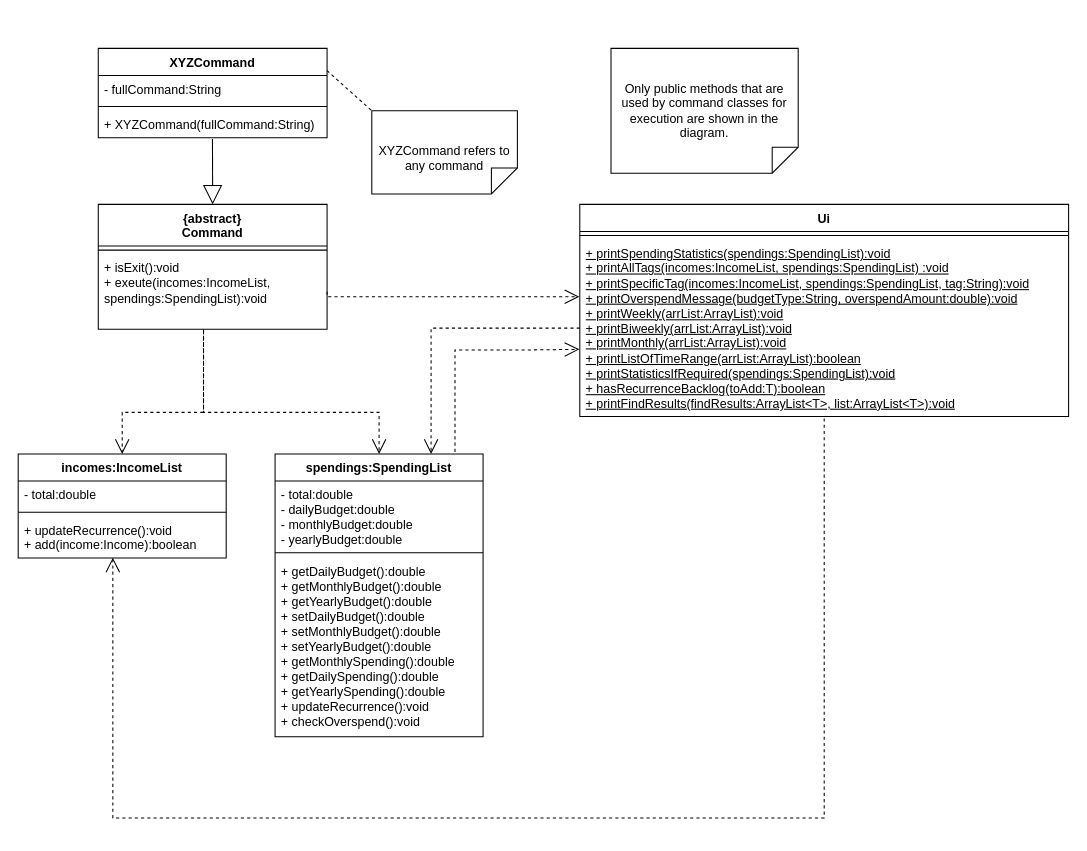
wongwh2002/CS2113TeamProject keeps this draw.io diagram as docs/Diagrams/Commands/commandCD.drawio. Above is the earlier version. Source tidied: cells renumbered, new cells numbered last; positions are measured from the earlier drawing's top-left corner, leaving out a move shared by most shapes. Both pictures are drawn from the tidied source at 104%, with x=0, y=0 at pixel (18, 48).
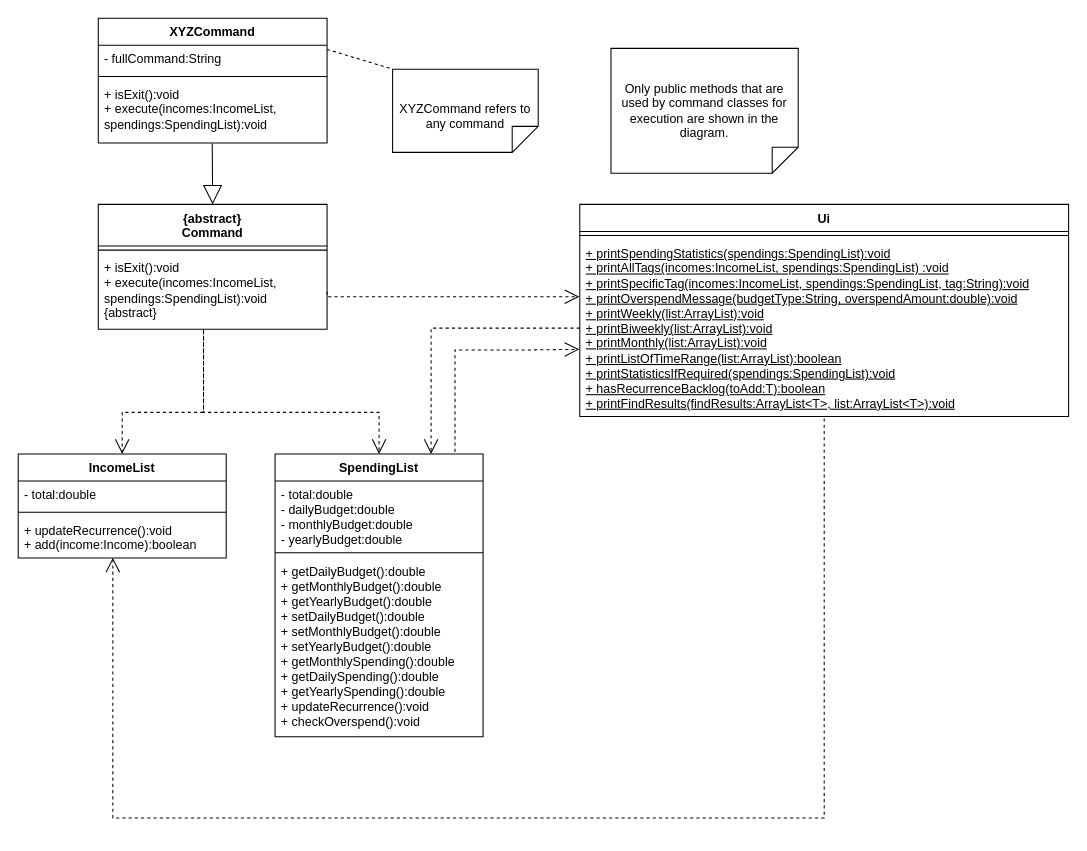
After the change.

Unchanged cells that the change refers to:
```xml
<mxCell id="14" value="Ui" style="swimlane;fontStyle=1;align=center;verticalAlign=top;horizontal=1;startSize=26;whiteSpace=wrap;html=1;" parent="1" vertex="1">
  <mxGeometry x="540" y="150" width="470" height="204" as="geometry" />
</mxCell>
<mxCell id="17" value="&lt;div&gt;{abstract}&lt;/div&gt;Command" style="swimlane;fontStyle=1;align=center;verticalAlign=top;horizontal=1;startSize=40;whiteSpace=wrap;html=1;" parent="1" vertex="1">
  <mxGeometry x="77" y="150" width="220" height="120" as="geometry" />
</mxCell>
```

What changed in the source:
```diff
@@
     <mxCell id="2" value="XYZCommand" style="swimlane;fontStyle=1;align=center;verticalAlign=top;horizontal=1;startSize=26;whiteSpace=wrap;html=1;" parent="1" vertex="1">
-      <mxGeometry x="77" width="220" height="86" as="geometry" />
+      <mxGeometry x="77" y="-29" width="220" height="120" as="geometry" />
     </mxCell>
@@
-    <mxCell id="5" value="+ XYZCommand(fullCommand:String)" style="text;strokeColor=none;fillColor=none;align=left;verticalAlign=top;spacingLeft=4;spacingRight=4;overflow=hidden;points=[[0,0.5],[1,0.5]];portConstraint=eastwest;whiteSpace=wrap;html=1;" parent="2" vertex="1">
-      <mxGeometry y="60" width="220" height="26" as="geometry" />
+    <mxCell id="5" value="+ isExit():void&lt;div&gt;+ execute(incomes:IncomeList,&lt;/div&gt;&lt;div&gt;spendings:SpendingList):void&lt;/div&gt;" style="text;strokeColor=none;fillColor=none;align=left;verticalAlign=top;spacingLeft=4;spacingRight=4;overflow=hidden;points=[[0,0.5],[1,0.5]];portConstraint=eastwest;whiteSpace=wrap;html=1;" parent="2" vertex="1">
+      <mxGeometry y="60" width="220" height="60" as="geometry" />
     </mxCell>
     <mxCell id="6" value="XYZCommand refers to any command" style="shape=note2;boundedLbl=1;whiteSpace=wrap;html=1;size=25;verticalAlign=top;align=center;flipV=1;" parent="1" vertex="1">
-      <mxGeometry x="340" y="60" width="140" height="80" as="geometry" />
+      <mxGeometry x="360" y="20" width="140" height="80" as="geometry" />
     </mxCell>
@@
-    <mxCell id="10" value="spendings:SpendingList" style="swimlane;fontStyle=1;align=center;verticalAlign=top;horizontal=1;startSize=26;whiteSpace=wrap;html=1;" parent="1" vertex="1">
+    <mxCell id="10" value="SpendingList" style="swimlane;fontStyle=1;align=center;verticalAlign=top;horizontal=1;startSize=26;whiteSpace=wrap;html=1;" parent="1" vertex="1">
       <mxGeometry x="247" y="390" width="200" height="272" as="geometry" />
     </mxCell>
@@
-    <mxCell id="16" value="&lt;u&gt;+ printSpendingStatistics(spendings:SpendingList):void&lt;/u&gt;&lt;div&gt;&lt;u&gt;+ printAllTags(incomes:IncomeList, spendings:SpendingList) :void&lt;/u&gt;&lt;/div&gt;&lt;div&gt;&lt;u&gt;+ printSpecificTag(incomes:IncomeList, spendings:SpendingList, tag:String):void&lt;/u&gt;&lt;/div&gt;&lt;div&gt;&lt;u&gt;+ printOverspendMessage(budgetType:String, overspendAmount:double):void&lt;/u&gt;&lt;/div&gt;&lt;div&gt;&lt;u&gt;+ printWeekly(arrList:ArrayList):void&lt;/u&gt;&lt;/div&gt;&lt;div&gt;&lt;u&gt;+ printBiweekly(arrList:ArrayList):void&lt;/u&gt;&lt;u&gt;&lt;br&gt;&lt;/u&gt;&lt;/div&gt;&lt;div&gt;&lt;u&gt;+ printMonthly(arrList:ArrayList):void&lt;/u&gt;&lt;u&gt;&lt;br&gt;&lt;/u&gt;&lt;/div&gt;&lt;div&gt;&lt;u&gt;+ printListOfTimeRange(arrList:ArrayList):boolean&lt;/u&gt;&lt;u&gt;&lt;br&gt;&lt;/u&gt;&lt;/div&gt;&lt;div&gt;&lt;u&gt;+ printStatisticsIfRequired(spendings:SpendingList):void&lt;/u&gt;&lt;/div&gt;&lt;div&gt;&lt;u&gt;+ hasRecurrenceBacklog(toAdd:T):boolean&lt;/u&gt;&lt;/div&gt;&lt;div&gt;&lt;u&gt;+ printFindResults(findResults:ArrayList&amp;lt;T&amp;gt;, list:ArrayList&amp;lt;T&amp;gt;):void&lt;/u&gt;&lt;/div&gt;" style="text;strokeColor=none;fillColor=none;align=left;verticalAlign=top;spacingLeft=4;spacingRight=4;overflow=hidden;points=[[0,0.5],[1,0.5]];portConstraint=eastwest;whiteSpace=wrap;html=1;" parent="14" vertex="1">
+    <mxCell id="16" value="&lt;u&gt;+ printSpendingStatistics(spendings:SpendingList):void&lt;/u&gt;&lt;div&gt;&lt;u&gt;+ printAllTags(incomes:IncomeList, spendings:SpendingList) :void&lt;/u&gt;&lt;/div&gt;&lt;div&gt;&lt;u&gt;+ printSpecificTag(incomes:IncomeList, spendings:SpendingList, tag:String):void&lt;/u&gt;&lt;/div&gt;&lt;div&gt;&lt;u&gt;+ printOverspendMessage(budgetType:String, overspendAmount:double):void&lt;/u&gt;&lt;/div&gt;&lt;div&gt;&lt;u&gt;+ printWeekly(list:ArrayList):void&lt;/u&gt;&lt;/div&gt;&lt;div&gt;&lt;u&gt;+ printBiweekly(list:ArrayList):void&lt;/u&gt;&lt;u&gt;&lt;br&gt;&lt;/u&gt;&lt;/div&gt;&lt;div&gt;&lt;u&gt;+ printMonthly(list:ArrayList):void&lt;/u&gt;&lt;u&gt;&lt;br&gt;&lt;/u&gt;&lt;/div&gt;&lt;div&gt;&lt;u&gt;+ printListOfTimeRange(list:ArrayList):boolean&lt;/u&gt;&lt;u&gt;&lt;br&gt;&lt;/u&gt;&lt;/div&gt;&lt;div&gt;&lt;u&gt;+ printStatisticsIfRequired(spendings:SpendingList):void&lt;/u&gt;&lt;/div&gt;&lt;div&gt;&lt;u&gt;+ hasRecurrenceBacklog(toAdd:T):boolean&lt;/u&gt;&lt;/div&gt;&lt;div&gt;&lt;u&gt;+ printFindResults(findResults:ArrayList&amp;lt;T&amp;gt;, list:ArrayList&amp;lt;T&amp;gt;):void&lt;/u&gt;&lt;/div&gt;" style="text;strokeColor=none;fillColor=none;align=left;verticalAlign=top;spacingLeft=4;spacingRight=4;overflow=hidden;points=[[0,0.5],[1,0.5]];portConstraint=eastwest;whiteSpace=wrap;html=1;" parent="14" vertex="1">
       <mxGeometry y="34" width="470" height="170" as="geometry" />
     </mxCell>
@@
-    <mxCell id="19" value="+ isExit():void&lt;div&gt;+ exeute(incomes:IncomeList, spendings:SpendingList):void&lt;/div&gt;" style="text;strokeColor=none;fillColor=none;align=left;verticalAlign=top;spacingLeft=4;spacingRight=4;overflow=hidden;points=[[0,0.5],[1,0.5]];portConstraint=eastwest;whiteSpace=wrap;html=1;" parent="17" vertex="1">
+    <mxCell id="19" value="+ isExit():void&lt;div&gt;+ execute(incomes:IncomeList, spendings:SpendingList):void {abstract}&lt;/div&gt;" style="text;strokeColor=none;fillColor=none;align=left;verticalAlign=top;spacingLeft=4;spacingRight=4;overflow=hidden;points=[[0,0.5],[1,0.5]];portConstraint=eastwest;whiteSpace=wrap;html=1;" parent="17" vertex="1">
       <mxGeometry y="48" width="220" height="72" as="geometry" />
     </mxCell>
-    <mxCell id="20" style="endArrow=block;endSize=16;endFill=0;html=1;rounded=0;fontSize=12;curved=1;exitX=0.499;exitY=1.049;exitDx=0;exitDy=0;exitPerimeter=0;entryX=0.5;entryY=0;entryDx=0;entryDy=0;" parent="1" edge="1" source="5" target="17">
+    <mxCell id="20" style="endArrow=block;endSize=16;endFill=0;html=1;rounded=0;fontSize=12;curved=1;exitX=0.498;exitY=1.007;exitDx=0;exitDy=0;exitPerimeter=0;entryX=0.5;entryY=0;entryDx=0;entryDy=0;" parent="1" edge="1" source="5" target="17">
       <mxGeometry relative="1" as="geometry" />
     </mxCell>
@@
-    <mxCell id="26" value="incomes:IncomeList" style="swimlane;fontStyle=1;align=center;verticalAlign=top;horizontal=1;startSize=26;whiteSpace=wrap;html=1;" parent="1" vertex="1">
+    <mxCell id="26" value="IncomeList" style="swimlane;fontStyle=1;align=center;verticalAlign=top;horizontal=1;startSize=26;whiteSpace=wrap;html=1;" parent="1" vertex="1">
       <mxGeometry y="390" width="200" height="100" as="geometry" />
     </mxCell>
```
